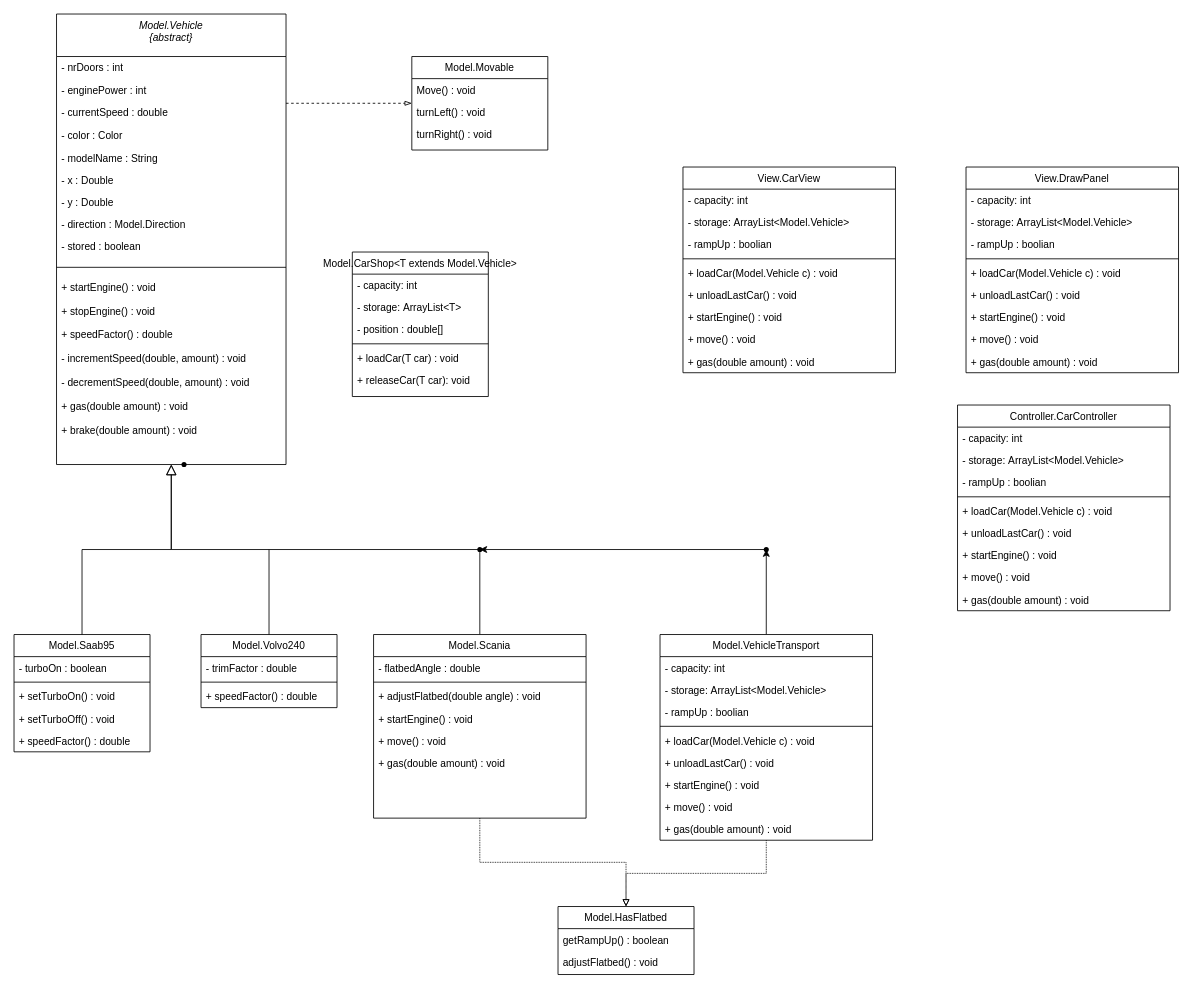
This is CarsKlassDiagram.drawio from ash-salt/lab3-oop, a draw.io file, before an edit. Source tidied: cells renumbered, new cells numbered last; positions are measured from the earlier drawing's top-left corner, leaving out a move shared by most shapes. Both pictures are drawn from the tidied source at 85%, with x=0, y=0 at pixel (14, 14).
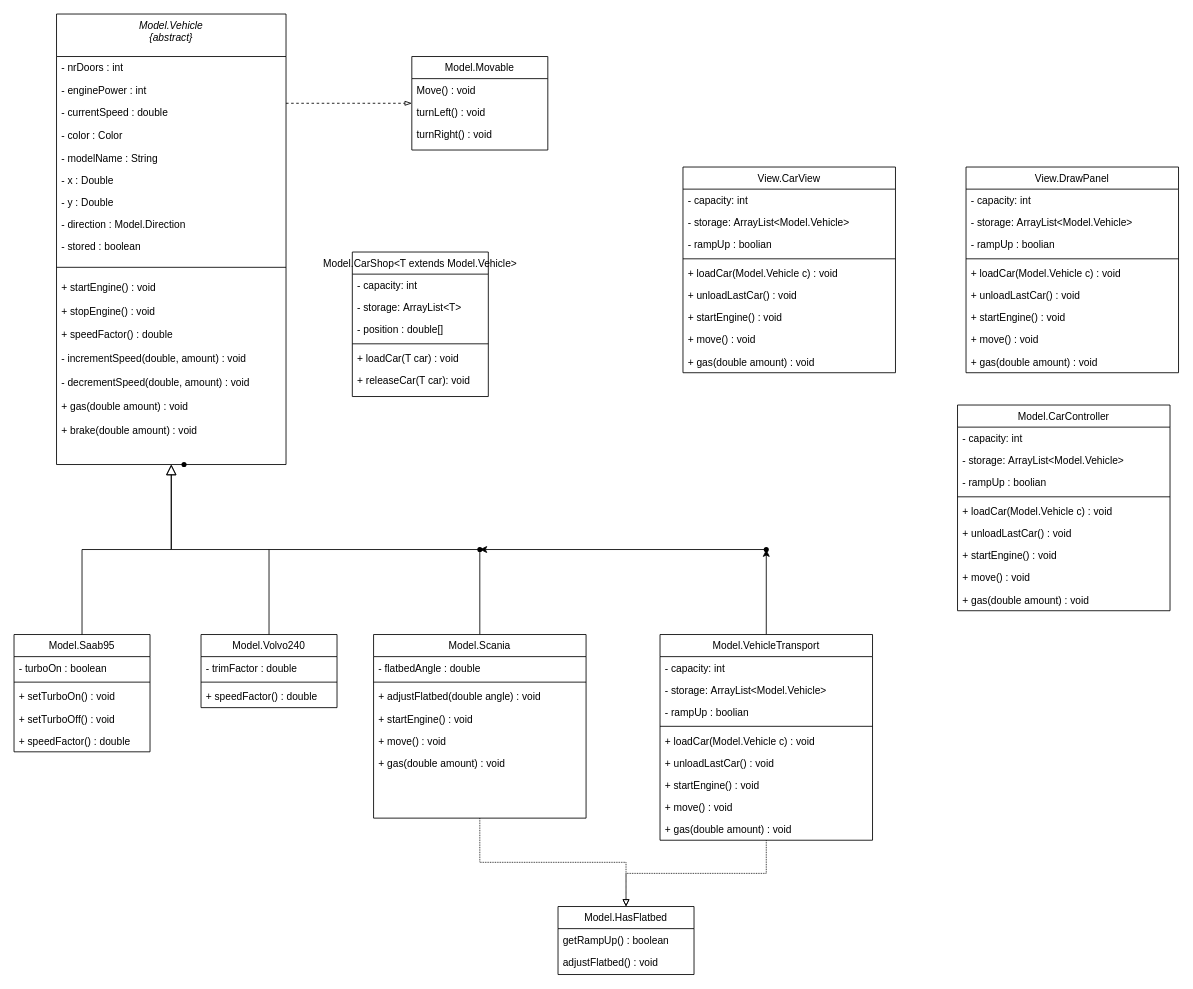
The same diagram, later.

Commit message (it also covers changes not shown here):
Add proper controller, moved current controller to model

The edit, as a diff of the source:
```diff
@@
-    <mxCell id="98" value="Controller.CarController" style="swimlane;fontStyle=0;align=center;verticalAlign=top;horizontal=1;startSize=26;rounded=0;shadow=0;strokeWidth=1;" parent="1" vertex="1">
+    <mxCell id="98" value="Model.CarController" style="swimlane;fontStyle=0;align=center;verticalAlign=top;horizontal=1;startSize=26;rounded=0;shadow=0;strokeWidth=1;" parent="1" vertex="1">
       <mxGeometry x="1110" y="460" width="250" height="242" as="geometry" />
     </mxCell>
```
